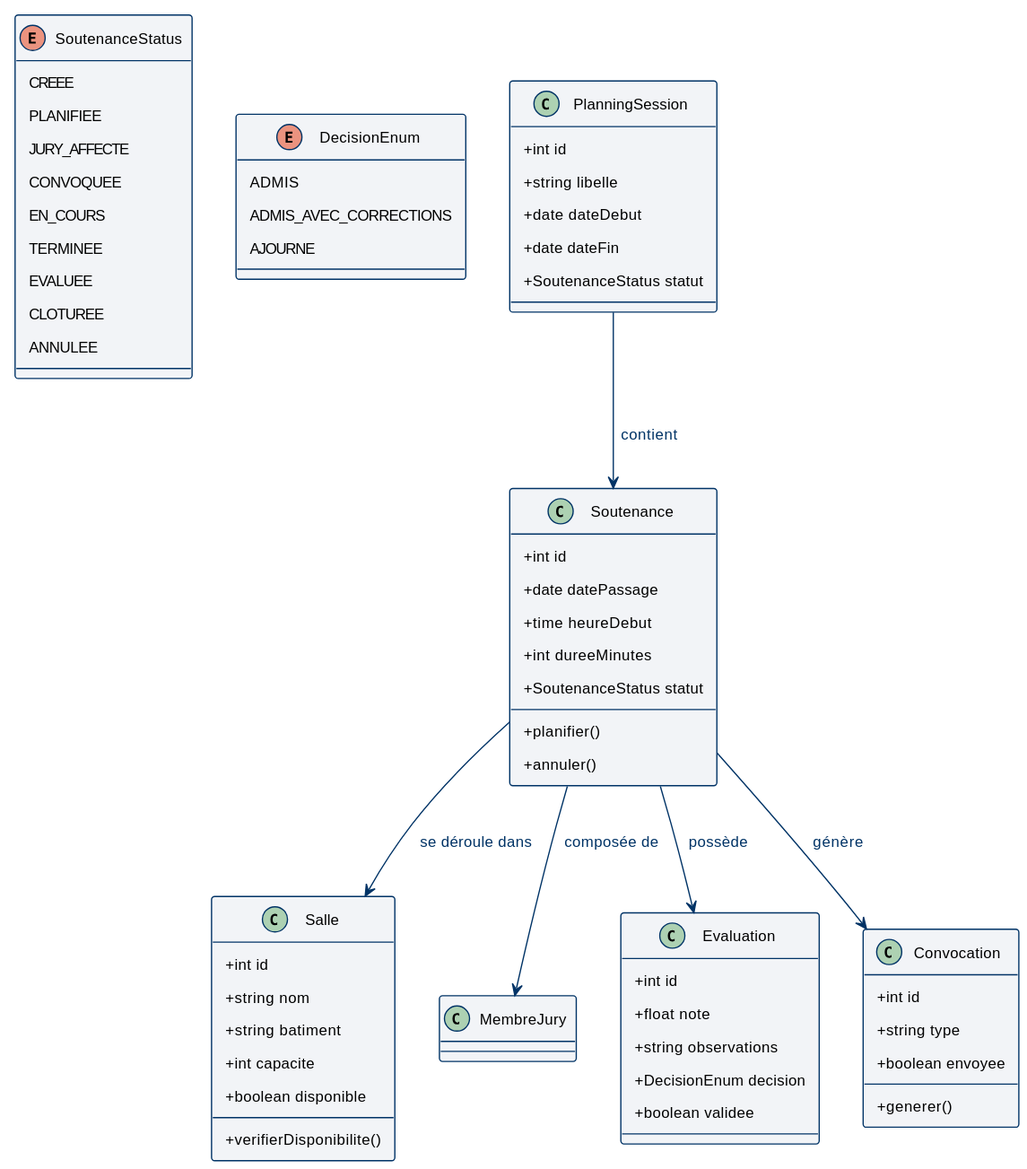
This is docs/diagrams/svg/class_planning.svg from abdelaziz-ebourki/system-gestion-soutenance, a PlantUML export, as it was before one commit.
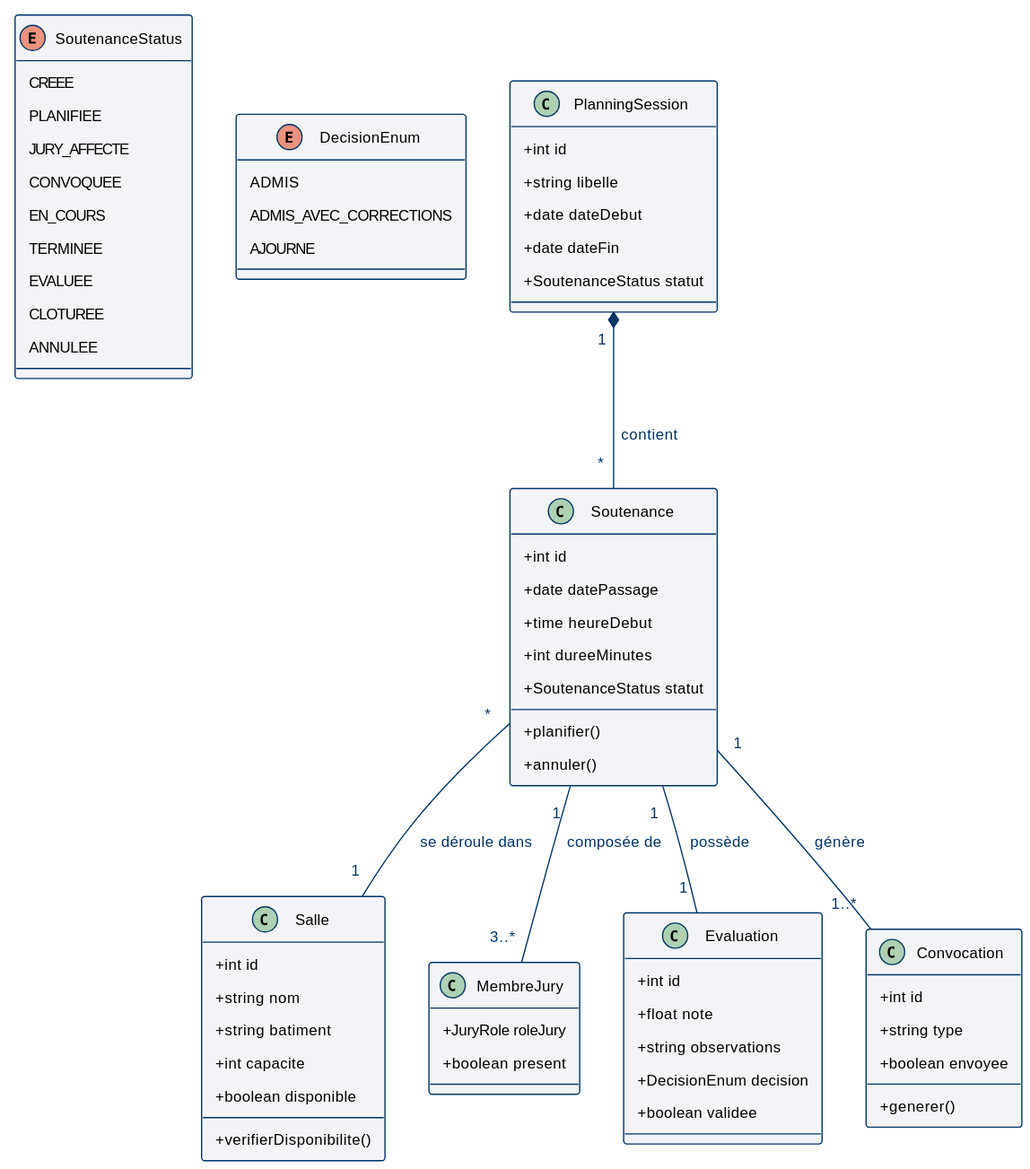
After the commit.

What changed in the source:
```diff
@@ -39,7 +39,8 @@
 }
 
 class MembreJury {
-
+    + JuryRole roleJury
+    + boolean present
 }
 
 class Evaluation {
@@ -65,9 +66,9 @@
     + generer()
 }
 
-PlanningSession --> Soutenance : contient
-Soutenance --> Salle : se déroule dans
-Soutenance --> MembreJury : composée de
-Soutenance --> Evaluation : possède
-Soutenance --> Convocation : génère
+PlanningSession "1" *-- "*" Soutenance : contient
+Soutenance "*" -- "1" Salle : se déroule dans
+Soutenance "1" -- "3..*" MembreJury : composée de
+Soutenance "1" -- "1" Evaluation : possède
+Soutenance "1" -- "1..*" Convocation : génère
 @enduml
```
